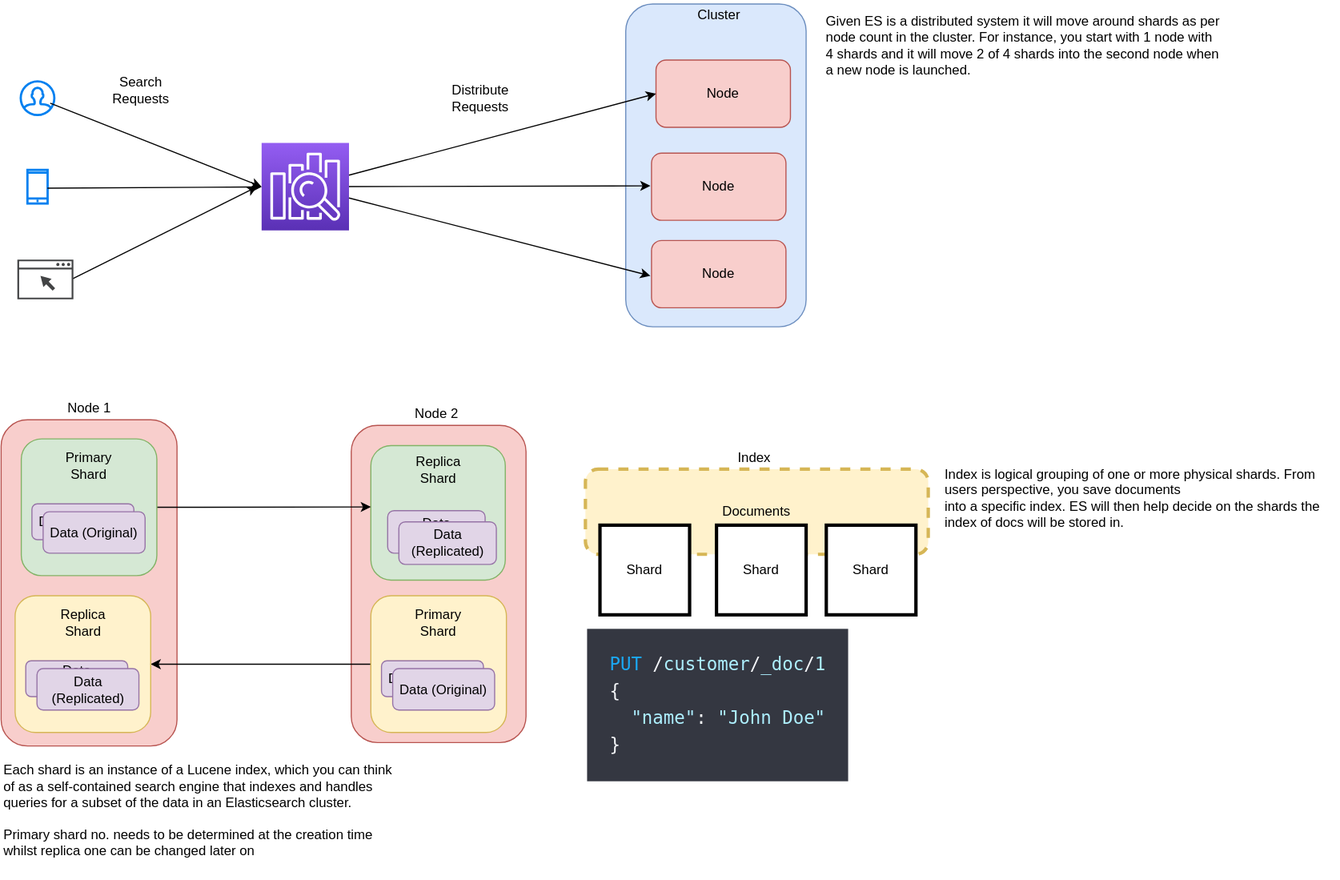
Before: Cloud,Tooling/AWS/ElasticSearch/elastic-search-arch.svg, a diagram exported from draw.io (DavidHe1127/Mr.He_HandBook). Source tidied: cells renumbered, new cells last; positions are measured from the earlier drawing's top-left corner, leaving out a move shared by most shapes.
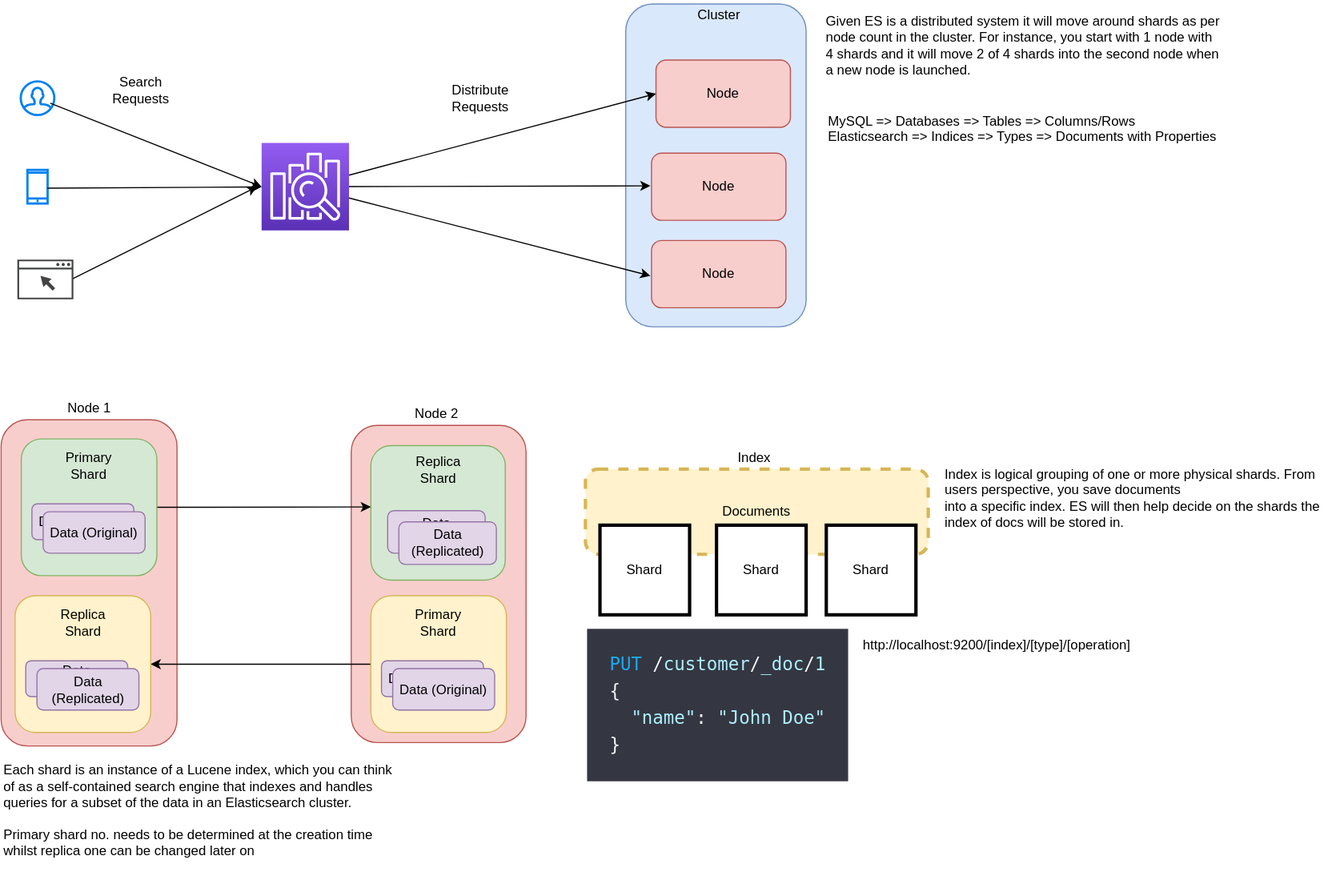
The same diagram one commit later.

The edit, as a diff of the source:
```diff
@@ -166,5 +166,11 @@
     <mxCell id="51" style="shadow=0;dashed=0;html=1;strokeColor=none;fillColor=#434445;labelPosition=center;verticalLabelPosition=bottom;verticalAlign=top;align=center;shape=mxgraph.vvd.web_browser;" parent="1" vertex="1">
       <mxGeometry x="15" y="228" width="50" height="35.5" as="geometry" />
     </mxCell>
+    <mxCell id="52" value="http://localhost:9200/[index]/[type]/[operation]" style="text;whiteSpace=wrap;html=1;" parent="1" vertex="1">
+      <mxGeometry x="768" y="558" width="299" height="28" as="geometry" />
+    </mxCell>
+    <mxCell id="53" value="MySQL =&amp;gt; Databases =&amp;gt; Tables =&amp;gt; Columns/Rows&lt;br&gt;Elasticsearch =&amp;gt; Indices =&amp;gt; Types =&amp;gt; Documents with Properties" style="text;whiteSpace=wrap;html=1;" parent="1" vertex="1">
+      <mxGeometry x="737" y="91" width="419" height="113" as="geometry" />
+    </mxCell>
   </root>
 </mxGraphModel>
```
